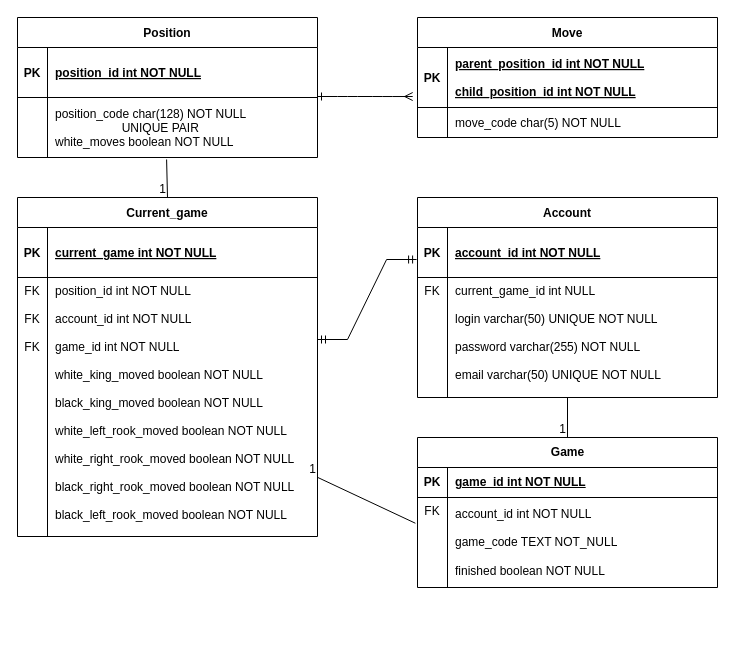
skoda-octavia/chessEngine keeps this draw.io diagram as documentation/database.drawio. Above is the earlier version. Source tidied: cells renumbered, new cells numbered last; positions are measured from the earlier drawing's top-left corner, leaving out a move shared by most shapes. Both pictures are drawn from the tidied source at 100%, with x=0, y=0 at pixel (17, 17).
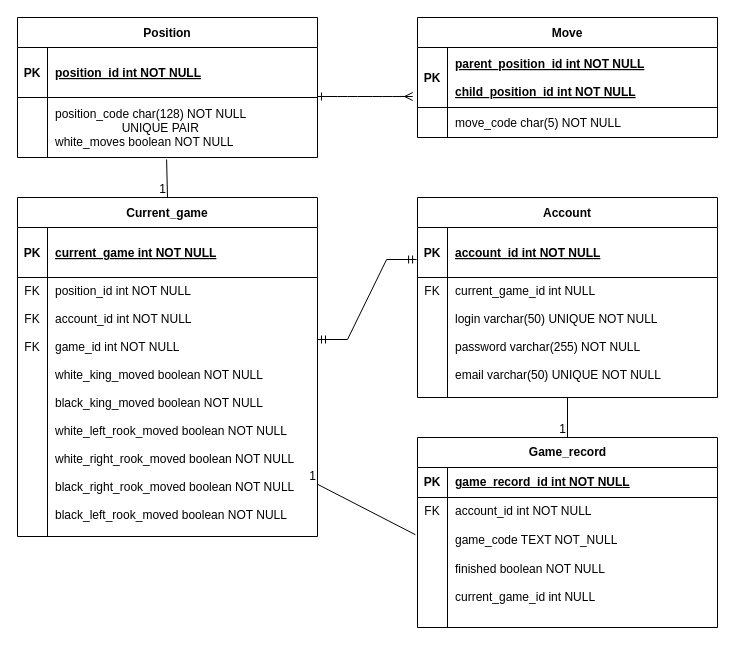
The same diagram, later.

Unchanged cells that the change refers to:
```xml
<mxCell id="20" style="shape=tableRow;horizontal=0;startSize=0;swimlaneHead=0;swimlaneBody=0;fillColor=none;top=0;left=0;right=0;bottom=1;" parent="19" vertex="1">
  <mxGeometry y="30" width="300" height="30" as="geometry" />
</mxCell>
```

What changed in the source:
```diff
@@
-    <mxCell id="19" value="Game" style="shape=table;startSize=30;childLayout=tableLayout;rowLines=0;fontStyle=1;align=center;html=1;" parent="1" vertex="1">
-      <mxGeometry x="400" y="420" width="300" height="150" as="geometry" />
+    <mxCell id="19" value="Game_record" style="shape=table;startSize=30;childLayout=tableLayout;rowLines=0;fontStyle=1;align=center;html=1;" parent="1" vertex="1">
+      <mxGeometry x="400" y="420" width="300" height="190" as="geometry" />
     </mxCell>
@@
-    <mxCell id="22" value="game_id int NOT NULL" style="shape=partialRectangle;fillColor=none;top=0;left=0;bottom=0;right=0;align=left;spacingLeft=6;fontStyle=5;overflow=hidden;whiteSpace=wrap;html=1;" parent="20" vertex="1">
+    <mxCell id="22" value="game_record_id int NOT NULL" style="shape=partialRectangle;fillColor=none;top=0;left=0;bottom=0;right=0;align=left;spacingLeft=6;fontStyle=5;overflow=hidden;whiteSpace=wrap;html=1;" parent="20" vertex="1">
       <mxGeometry x="30" width="270" height="30" as="geometry" />
     </mxCell>
     <mxCell id="23" style="shape=tableRow;horizontal=0;startSize=0;swimlaneHead=0;swimlaneBody=0;fillColor=none;points=[[0,0.5],[1,0.5]];portConstraint=eastwest;top=0;left=0;right=0;bottom=0;" parent="19" vertex="1">
-      <mxGeometry y="60" width="300" height="90" as="geometry" />
+      <mxGeometry y="60" width="300" height="130" as="geometry" />
     </mxCell>
     <mxCell id="24" value="FK&lt;br&gt;" style="shape=partialRectangle;fillColor=none;top=0;left=0;bottom=0;right=0;overflow=hidden;whiteSpace=wrap;html=1;verticalAlign=top;" parent="23" vertex="1">
-      <mxGeometry width="30" height="90" as="geometry" />
+      <mxGeometry width="30" height="130" as="geometry" />
     </mxCell>
-    <mxCell id="25" value="account_id int NOT NULL&lt;br&gt;&lt;br&gt;game_code TEXT NOT_NULL&lt;br&gt;&lt;br&gt;finished boolean NOT NULL" style="shape=partialRectangle;fillColor=none;top=0;left=0;bottom=0;right=0;align=left;spacingLeft=6;overflow=hidden;whiteSpace=wrap;html=1;" parent="23" vertex="1">
-      <mxGeometry x="30" width="270" height="90" as="geometry" />
+    <mxCell id="25" value="account_id int NOT NULL&lt;br&gt;&lt;br&gt;game_code TEXT NOT_NULL&lt;br&gt;&lt;br&gt;finished boolean NOT NULL&lt;br&gt;&lt;br&gt;current_game_id int NULL" style="shape=partialRectangle;fillColor=none;top=0;left=0;bottom=0;right=0;align=left;spacingLeft=6;overflow=hidden;whiteSpace=wrap;html=1;verticalAlign=top;" parent="23" vertex="1">
+      <mxGeometry x="30" width="270" height="130" as="geometry" />
     </mxCell>
```
